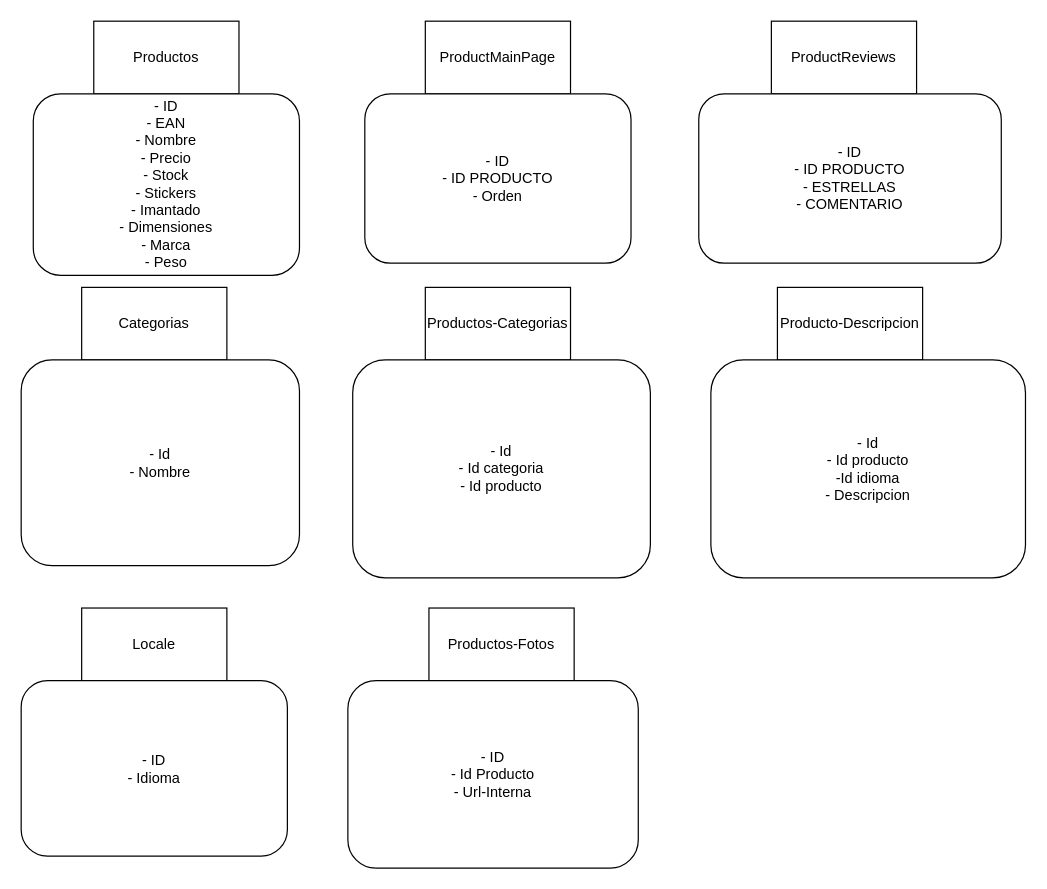
Earlier version of the draw.io diagram Productos.drawio (Polaitet/tiendaCubos--app). Source tidied: cells renumbered, new cells numbered last; positions are measured from the earlier drawing's top-left corner, leaving out a move shared by most shapes. Both pictures are drawn from the tidied source at 121%, with x=0, y=0 at pixel (21, 21).
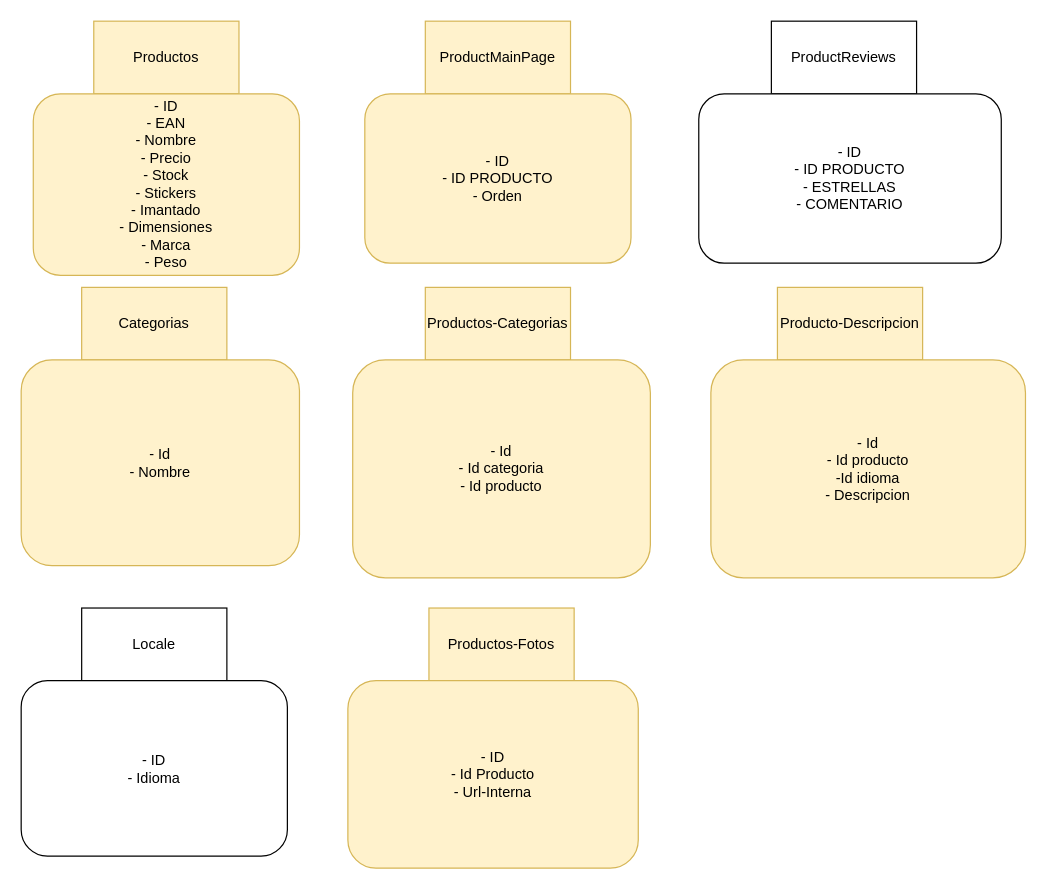
Above is the later version.

Diff of the diagram source:
```diff
@@
 <mxGraphModel>
   <root>
     <mxCell id="0" />
     <mxCell id="1" parent="0" />
-    <mxCell id="2" value="Productos" style="rounded=0;whiteSpace=wrap;html=1;" parent="1" vertex="1">
+    <mxCell id="2" value="Productos" style="rounded=0;whiteSpace=wrap;html=1;fillColor=#fff2cc;strokeColor=#d6b656;" parent="1" vertex="1">
       <mxGeometry x="60" width="120" height="60" as="geometry" />
     </mxCell>
-    <mxCell id="3" value="ProductMainPage" style="rounded=0;whiteSpace=wrap;html=1;" parent="1" vertex="1">
+    <mxCell id="3" value="ProductMainPage" style="rounded=0;whiteSpace=wrap;html=1;fillColor=#fff2cc;strokeColor=#d6b656;" parent="1" vertex="1">
       <mxGeometry x="334" width="120" height="60" as="geometry" />
     </mxCell>
-    <mxCell id="4" value="- ID&lt;br&gt;- EAN&lt;br&gt;- Nombre&lt;br&gt;- Precio&lt;br&gt;- Stock&lt;br&gt;- Stickers&lt;br&gt;- Imantado&lt;br&gt;- Dimensiones&lt;br&gt;- Marca&lt;br&gt;- Peso" style="rounded=1;whiteSpace=wrap;html=1;" parent="1" vertex="1">
+    <mxCell id="4" value="- ID&lt;br&gt;- EAN&lt;br&gt;- Nombre&lt;br&gt;- Precio&lt;br&gt;- Stock&lt;br&gt;- Stickers&lt;br&gt;- Imantado&lt;br&gt;- Dimensiones&lt;br&gt;- Marca&lt;br&gt;- Peso" style="rounded=1;whiteSpace=wrap;html=1;fillColor=#fff2cc;strokeColor=#d6b656;" parent="1" vertex="1">
       <mxGeometry x="10" y="60" width="220" height="150" as="geometry" />
     </mxCell>
-    <mxCell id="5" value="- ID&lt;br&gt;- ID PRODUCTO&lt;br&gt;- Orden" style="rounded=1;whiteSpace=wrap;html=1;" parent="1" vertex="1">
+    <mxCell id="5" value="- ID&lt;br&gt;- ID PRODUCTO&lt;br&gt;- Orden" style="rounded=1;whiteSpace=wrap;html=1;fillColor=#fff2cc;strokeColor=#d6b656;" parent="1" vertex="1">
       <mxGeometry x="284" y="60" width="220" height="140" as="geometry" />
     </mxCell>
     <mxCell id="6" value="ProductReviews" style="rounded=0;whiteSpace=wrap;html=1;" parent="1" vertex="1">
       <mxGeometry x="620" width="120" height="60" as="geometry" />
     </mxCell>
     <mxCell id="7" value="- ID&lt;br&gt;- ID PRODUCTO&lt;br&gt;- ESTRELLAS&lt;br&gt;- COMENTARIO" style="rounded=1;whiteSpace=wrap;html=1;" parent="1" vertex="1">
       <mxGeometry x="560" y="60" width="250" height="140" as="geometry" />
     </mxCell>
-    <mxCell id="8" value="Categorias" style="rounded=0;whiteSpace=wrap;html=1;" parent="1" vertex="1">
+    <mxCell id="8" value="Categorias" style="rounded=0;whiteSpace=wrap;html=1;fillColor=#fff2cc;strokeColor=#d6b656;" parent="1" vertex="1">
       <mxGeometry x="50" y="220" width="120" height="60" as="geometry" />
     </mxCell>
-    <mxCell id="9" value="- Id&lt;br&gt;- Nombre" style="rounded=1;whiteSpace=wrap;html=1;" parent="1" vertex="1">
+    <mxCell id="9" value="- Id&lt;br&gt;- Nombre" style="rounded=1;whiteSpace=wrap;html=1;fillColor=#fff2cc;strokeColor=#d6b656;" parent="1" vertex="1">
       <mxGeometry y="280" width="230" height="170" as="geometry" />
     </mxCell>
-    <mxCell id="10" value="Productos-Categorias" style="rounded=0;whiteSpace=wrap;html=1;" parent="1" vertex="1">
+    <mxCell id="10" value="Productos-Categorias" style="rounded=0;whiteSpace=wrap;html=1;fillColor=#fff2cc;strokeColor=#d6b656;" parent="1" vertex="1">
       <mxGeometry x="334" y="220" width="120" height="60" as="geometry" />
     </mxCell>
-    <mxCell id="11" value="- Id&lt;br&gt;- Id categoria&lt;br&gt;- Id producto" style="rounded=1;whiteSpace=wrap;html=1;" parent="1" vertex="1">
+    <mxCell id="11" value="- Id&lt;br&gt;- Id categoria&lt;br&gt;- Id producto" style="rounded=1;whiteSpace=wrap;html=1;fillColor=#fff2cc;strokeColor=#d6b656;" parent="1" vertex="1">
       <mxGeometry x="274" y="280" width="246" height="180" as="geometry" />
     </mxCell>
-    <mxCell id="12" value="Producto-Descripcion" style="rounded=0;whiteSpace=wrap;html=1;" parent="1" vertex="1">
+    <mxCell id="12" value="Producto-Descripcion" style="rounded=0;whiteSpace=wrap;html=1;fillColor=#fff2cc;strokeColor=#d6b656;" parent="1" vertex="1">
       <mxGeometry x="625" y="220" width="120" height="60" as="geometry" />
     </mxCell>
-    <mxCell id="13" value="- Id&lt;br&gt;- Id producto&lt;br&gt;-Id idioma&lt;br&gt;- Descripcion&lt;br&gt;" style="rounded=1;whiteSpace=wrap;html=1;" parent="1" vertex="1">
+    <mxCell id="13" value="- Id&lt;br&gt;- Id producto&lt;br&gt;-Id idioma&lt;br&gt;- Descripcion&lt;br&gt;" style="rounded=1;whiteSpace=wrap;html=1;fillColor=#fff2cc;strokeColor=#d6b656;" parent="1" vertex="1">
       <mxGeometry x="570" y="280" width="260" height="180" as="geometry" />
     </mxCell>
     <mxCell id="14" value="Locale" style="rounded=0;whiteSpace=wrap;html=1;" parent="1" vertex="1">
       <mxGeometry x="50" y="485" width="120" height="60" as="geometry" />
     </mxCell>
     <mxCell id="15" value="- ID&lt;br&gt;- Idioma" style="rounded=1;whiteSpace=wrap;html=1;" parent="1" vertex="1">
       <mxGeometry y="545" width="220" height="145" as="geometry" />
     </mxCell>
-    <mxCell id="16" value="Productos-Fotos" style="rounded=0;whiteSpace=wrap;html=1;" parent="1" vertex="1">
+    <mxCell id="16" value="Productos-Fotos" style="rounded=0;whiteSpace=wrap;html=1;fillColor=#fff2cc;strokeColor=#d6b656;" parent="1" vertex="1">
       <mxGeometry x="337" y="485" width="120" height="60" as="geometry" />
     </mxCell>
-    <mxCell id="17" value="- ID&lt;br&gt;- Id Producto&lt;br&gt;- Url-Interna" style="rounded=1;whiteSpace=wrap;html=1;" parent="1" vertex="1">
+    <mxCell id="17" value="- ID&lt;br&gt;- Id Producto&lt;br&gt;- Url-Interna" style="rounded=1;whiteSpace=wrap;html=1;fillColor=#fff2cc;strokeColor=#d6b656;" parent="1" vertex="1">
       <mxGeometry x="270" y="545" width="240" height="155" as="geometry" />
     </mxCell>
   </root>
 </mxGraphModel>
```
